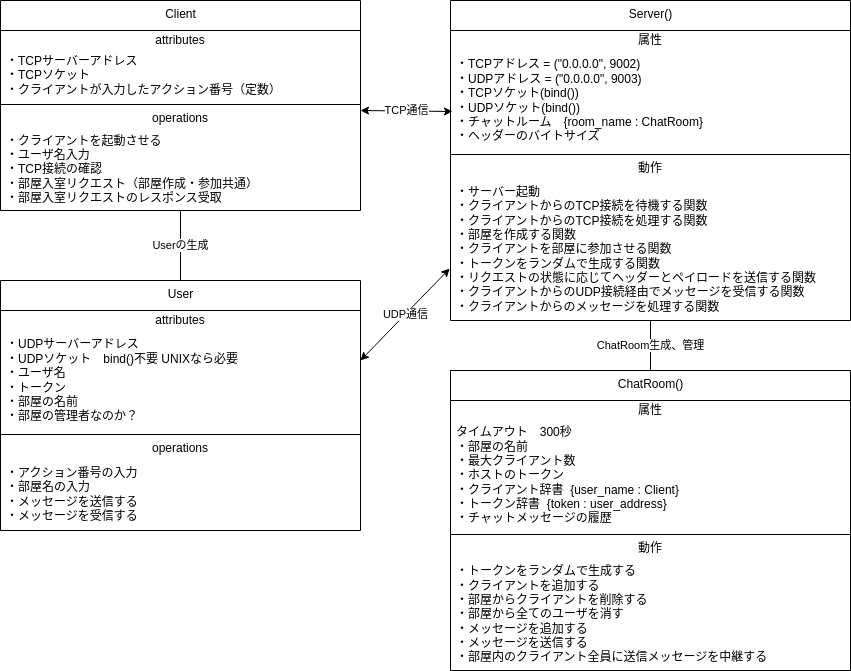
This is UML_File/UML_class.drawio.png from Recursion-BackendNovice-TeamA/TeamDev-OnlineChatMessenger, a draw.io export, as it was before one commit. Source tidied: cells renumbered, new cells last; positions are measured from the earlier drawing's top-left corner, leaving out a move shared by most shapes.
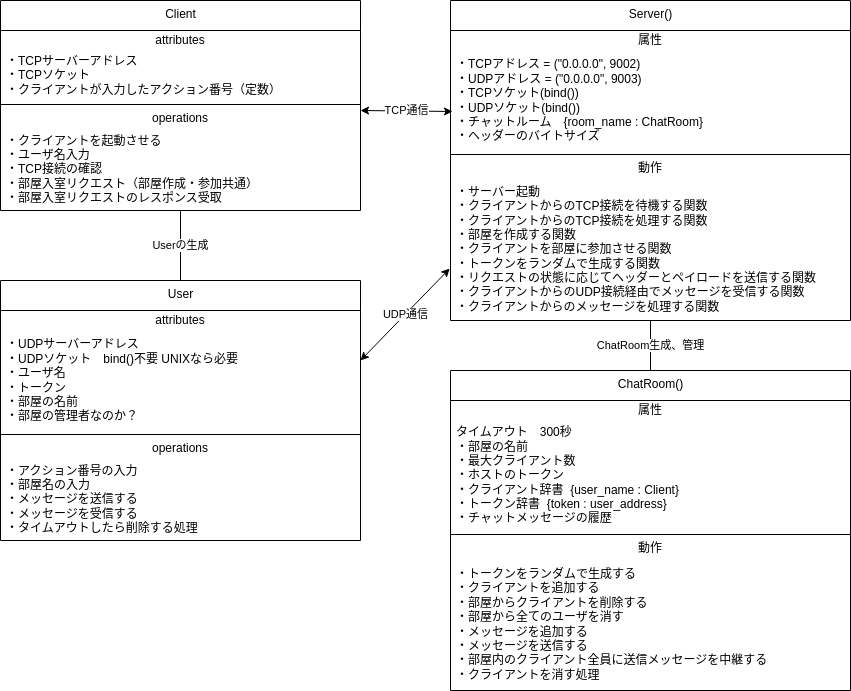
The same file after the commit.

Commit message:
クラス図の修正

Diff of the diagram source:
```diff
@@ -21,7 +21,7 @@
       <mxGeometry y="178" width="400" height="142" as="geometry" />
     </mxCell>
     <mxCell id="8" value="ChatRoom()" style="swimlane;fontStyle=0;align=center;verticalAlign=top;horizontal=1;startSize=30;html=1;" parent="1" vertex="1">
-      <mxGeometry x="450" y="370" width="400" height="300" as="geometry" />
+      <mxGeometry x="450" y="370" width="400" height="320" as="geometry" />
     </mxCell>
     <mxCell id="9" value="属性" style="text;html=1;strokeColor=none;fillColor=none;align=center;verticalAlign=middle;spacingLeft=4;spacingRight=4;overflow=hidden;" parent="8" vertex="1">
       <mxGeometry y="30" width="400" height="20" as="geometry" />
@@ -35,8 +35,8 @@
     <mxCell id="12" value="動作" style="text;html=1;strokeColor=none;fillColor=none;align=center;verticalAlign=middle;spacingLeft=4;spacingRight=4;overflow=hidden;" parent="8" vertex="1">
       <mxGeometry y="168" width="400" height="20" as="geometry" />
     </mxCell>
-    <mxCell id="13" value="・トークンをランダムで生成する&lt;br&gt;・クライアントを追加する&lt;br&gt;・部屋からクライアントを削除する&lt;br&gt;・部屋から全てのユーザを消す&lt;br&gt;・メッセージを追加する&lt;br&gt;・メッセージを送信する&lt;br&gt;・部屋内のクライアント全員に送信メッセージを中継する" style="text;html=1;strokeColor=none;fillColor=none;align=left;verticalAlign=middle;spacingLeft=4;spacingRight=4;overflow=hidden;" parent="8" vertex="1">
-      <mxGeometry y="188" width="400" height="112" as="geometry" />
+    <mxCell id="13" value="・トークンをランダムで生成する&lt;br&gt;・クライアントを追加する&lt;br&gt;・部屋からクライアントを削除する&lt;br&gt;・部屋から全てのユーザを消す&lt;br&gt;・メッセージを追加する&lt;br&gt;・メッセージを送信する&lt;br&gt;・部屋内のクライアント全員に送信メッセージを中継する&lt;br&gt;・クライアントを消す処理" style="text;html=1;strokeColor=none;fillColor=none;align=left;verticalAlign=middle;spacingLeft=4;spacingRight=4;overflow=hidden;" parent="8" vertex="1">
+      <mxGeometry y="188" width="400" height="132" as="geometry" />
     </mxCell>
     <mxCell id="14" value="ChatRoom生成、管理" style="endArrow=none;html=1;exitX=0.5;exitY=0;exitDx=0;exitDy=0;" parent="1" edge="1" source="8" target="7">
       <mxGeometry relative="1" as="geometry" />
@@ -60,7 +60,7 @@
       <mxGeometry y="128" width="360" height="82" as="geometry" />
     </mxCell>
     <mxCell id="21" value="User" style="swimlane;fontStyle=0;align=center;verticalAlign=top;horizontal=1;startSize=30;html=1;" parent="1" vertex="1">
-      <mxGeometry y="280" width="360" height="250" as="geometry" />
+      <mxGeometry y="280" width="360" height="260" as="geometry" />
     </mxCell>
     <mxCell id="22" value="attributes" style="text;html=1;strokeColor=none;fillColor=none;align=center;verticalAlign=middle;spacingLeft=4;spacingRight=4;overflow=hidden;" parent="21" vertex="1">
       <mxGeometry y="30" width="360" height="20" as="geometry" />
@@ -74,8 +74,8 @@
     <mxCell id="25" value="operations" style="text;html=1;strokeColor=none;fillColor=none;align=center;verticalAlign=middle;spacingLeft=4;spacingRight=4;overflow=hidden;" parent="21" vertex="1">
       <mxGeometry y="158" width="360" height="20" as="geometry" />
     </mxCell>
-    <mxCell id="26" value="・アクション番号の入力&lt;br&gt;・部屋名の入力&lt;br&gt;・メッセージを送信する&lt;br&gt;・メッセージを受信する" style="text;html=1;strokeColor=none;fillColor=none;align=left;verticalAlign=middle;spacingLeft=4;spacingRight=4;overflow=hidden;" parent="21" vertex="1">
-      <mxGeometry y="178" width="360" height="72" as="geometry" />
+    <mxCell id="26" value="・アクション番号の入力&lt;br&gt;・部屋名の入力&lt;br&gt;・メッセージを送信する&lt;br&gt;・メッセージを受信する&lt;br&gt;・タイムアウトしたら削除する処理" style="text;html=1;strokeColor=none;fillColor=none;align=left;verticalAlign=middle;spacingLeft=4;spacingRight=4;overflow=hidden;" parent="21" vertex="1">
+      <mxGeometry y="178" width="360" height="82" as="geometry" />
     </mxCell>
     <mxCell id="27" value="TCP通信" style="endArrow=classic;startArrow=classic;html=1;entryX=0.005;entryY=0.61;entryDx=0;entryDy=0;entryPerimeter=0;" parent="1" edge="1" target="4">
       <mxGeometry relative="1" as="geometry">
```
